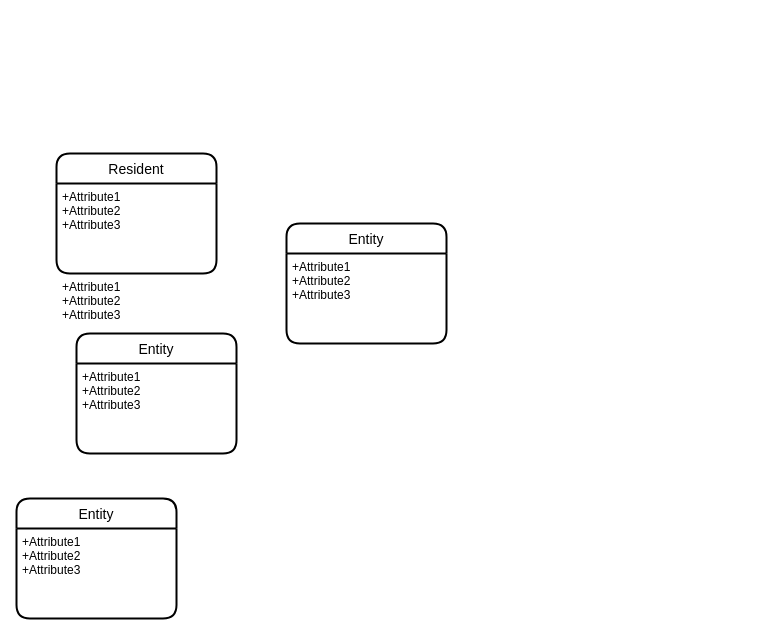
Before: page "페이지-1" (1 of 2) of resident-service.drawio in std-freejia/diagrams, a draw.io diagram. Source tidied: cells renumbered, new cells numbered last; positions are measured from the earlier drawing's top-left corner, leaving out a move shared by most shapes. Both pictures are drawn from the tidied source at 100%, with x=0, y=0 at pixel (16, 153).
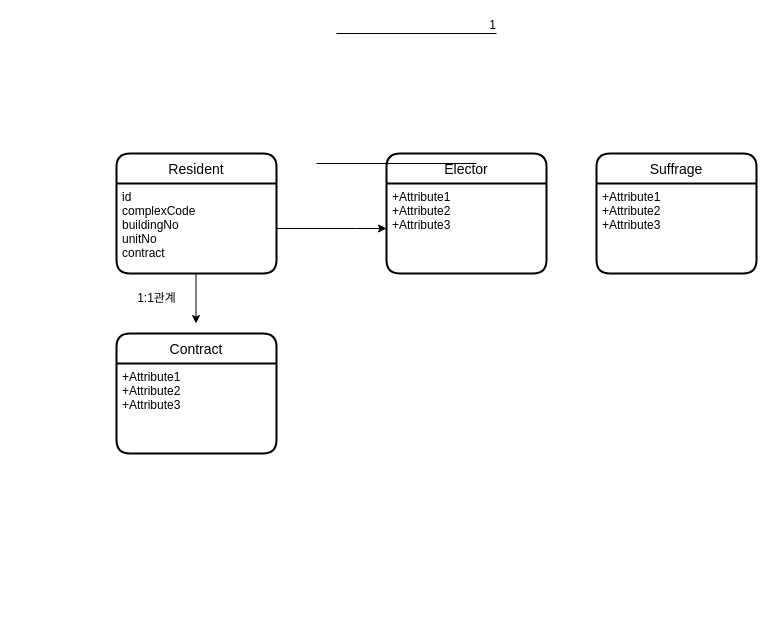
The same diagram, later.

The change refers to these unchanged cells:
```xml
<mxCell id="10" value="+Attribute1&#10;+Attribute2&#10;+Attribute3" style="align=left;strokeColor=none;fillColor=none;spacingLeft=4;fontSize=12;verticalAlign=top;" parent="9" vertex="1">
  <mxGeometry y="30" width="160" height="90" as="geometry" />
</mxCell>
```

The edit, as a diff of the source:
```diff
@@
-    <mxCell id="2" value="Entity" style="swimlane;horizontal=1;startSize=30;rounded=1;fontSize=14;fontStyle=0;strokeWidth=2;shadow=0;dashed=0;align=center;" parent="1" vertex="1">
-      <mxGeometry x="60" y="180" width="160" height="120" as="geometry" />
+    <mxCell id="2" value="Contract" style="swimlane;horizontal=1;startSize=30;rounded=1;fontSize=14;fontStyle=0;strokeWidth=2;shadow=0;dashed=0;align=center;" parent="1" vertex="1">
+      <mxGeometry x="100" y="180" width="160" height="120" as="geometry" />
     </mxCell>
@@
-    <mxCell id="4" value="Entity" style="swimlane;horizontal=1;startSize=30;rounded=1;fontSize=14;fontStyle=0;strokeWidth=2;shadow=0;dashed=0;align=center;" parent="1" vertex="1">
-      <mxGeometry y="345" width="160" height="120" as="geometry" />
+    <mxCell id="4" value="Suffrage" style="swimlane;horizontal=1;startSize=30;rounded=1;fontSize=14;fontStyle=0;strokeWidth=2;shadow=0;dashed=0;align=center;" parent="1" vertex="1">
+      <mxGeometry x="580" width="160" height="120" as="geometry" />
     </mxCell>
@@
     <mxCell id="6" value="Resident" style="swimlane;horizontal=1;startSize=30;rounded=1;fontSize=14;fontStyle=0;strokeWidth=2;shadow=0;dashed=0;align=center;" parent="1" vertex="1">
-      <mxGeometry x="40" width="160" height="120" as="geometry" />
+      <mxGeometry x="100" width="160" height="120" as="geometry" />
     </mxCell>
-    <mxCell id="7" value="+Attribute1&#10;+Attribute2&#10;+Attribute3" style="align=left;strokeColor=none;fillColor=none;spacingLeft=4;fontSize=12;verticalAlign=top;" parent="6" vertex="1">
+    <mxCell id="7" value="id&#10;complexCode&#10;buildingNo&#10;unitNo&#10;contract" style="align=left;strokeColor=none;fillColor=none;spacingLeft=4;fontSize=12;verticalAlign=top;" parent="6" vertex="1">
       <mxGeometry y="30" width="160" height="90" as="geometry" />
     </mxCell>
-    <mxCell id="8" value="+Attribute1&#10;+Attribute2&#10;+Attribute3" style="align=left;strokeColor=none;fillColor=none;spacingLeft=4;fontSize=12;verticalAlign=top;" parent="6" vertex="1">
-      <mxGeometry y="120" width="160" as="geometry" />
-    </mxCell>
-    <mxCell id="9" value="Entity" style="swimlane;horizontal=1;startSize=30;rounded=1;fontSize=14;fontStyle=0;strokeWidth=2;shadow=0;dashed=0;align=center;" parent="1" vertex="1">
-      <mxGeometry x="270" y="70" width="160" height="120" as="geometry" />
+    <mxCell id="9" value="Elector" style="swimlane;horizontal=1;startSize=30;rounded=1;fontSize=14;fontStyle=0;strokeWidth=2;shadow=0;dashed=0;align=center;" parent="1" vertex="1">
+      <mxGeometry x="370" width="160" height="120" as="geometry" />
     </mxCell>
@@
+    <mxCell id="11" style="edgeStyle=orthogonalEdgeStyle;rounded=0;orthogonalLoop=1;jettySize=auto;html=1;" parent="1" edge="1">
+      <mxGeometry relative="1" as="geometry">
+        <mxPoint x="179.5" y="120" as="sourcePoint" />
+        <mxPoint x="179.5" y="170" as="targetPoint" />
+      </mxGeometry>
+    </mxCell>
+    <mxCell id="12" value="1:1관계" style="text;html=1;align=center;verticalAlign=middle;strokeColor=none;fillColor=none;" parent="1" vertex="1">
+      <mxGeometry x="110" y="130" width="60" height="30" as="geometry" />
+    </mxCell>
+    <mxCell id="13" style="edgeStyle=orthogonalEdgeStyle;rounded=0;jettySize=auto;html=1;" parent="1" edge="1" source="7" target="10">
+      <mxGeometry relative="1" as="geometry">
+        <Array as="points">
+          <mxPoint x="340" y="75" />
+          <mxPoint x="340" y="75" />
+        </Array>
+      </mxGeometry>
+    </mxCell>
+    <mxCell id="14" style="endArrow=none;html=1;rounded=0;" parent="1" edge="1">
+      <mxGeometry relative="1" as="geometry">
+        <mxPoint x="320" y="-120" as="sourcePoint" />
+        <mxPoint x="480" y="-120" as="targetPoint" />
+      </mxGeometry>
+    </mxCell>
+    <mxCell id="15" value="1" style="html=1;align=right;verticalAlign=bottom;" parent="14" vertex="1">
+      <mxGeometry x="1" relative="1" as="geometry" />
+    </mxCell>
+    <mxCell id="16" style="endArrow=none;html=1;rounded=0;" parent="1" edge="1">
+      <mxGeometry relative="1" as="geometry">
+        <mxPoint x="300" y="10" as="sourcePoint" />
+        <mxPoint x="460" y="10" as="targetPoint" />
+      </mxGeometry>
+    </mxCell>
```
